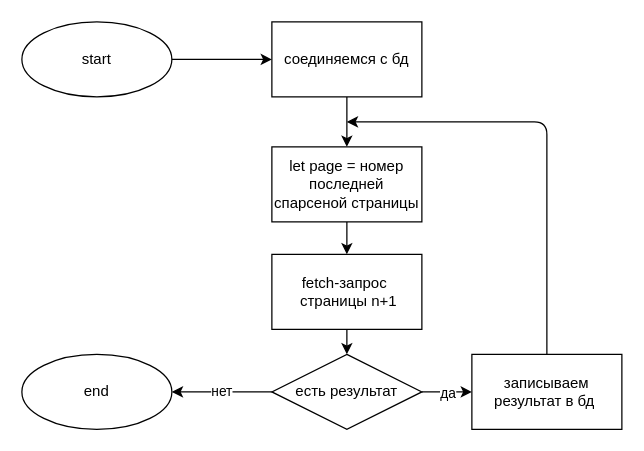
azatmagdeev/100kino keeps this draw.io diagram as docs/parser.drawio. Above is the earlier version. Source tidied: cells renumbered, new cells numbered last; positions are measured from the earlier drawing's top-left corner, leaving out a move shared by most shapes. Both pictures are drawn from the tidied source at 125%, with x=0, y=0 at pixel (21, 21).
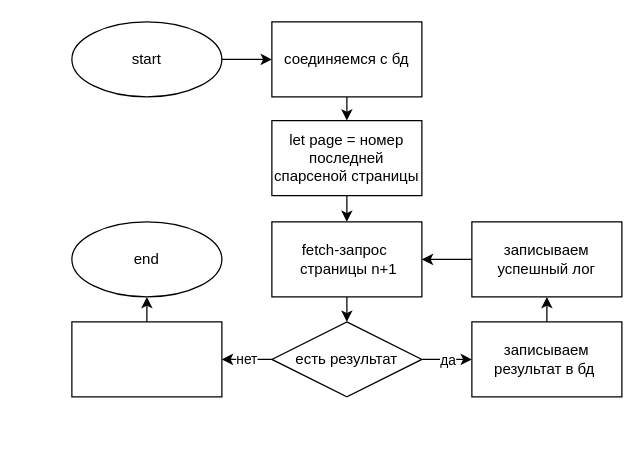
Above is the later version.

Commit message (it also covers changes not shown here):
api parser added

What changed in the source:
```diff
@@
     <mxCell id="2" value="start" style="ellipse;whiteSpace=wrap;html=1;" parent="1" vertex="1">
-      <mxGeometry width="120" height="60" as="geometry" />
+      <mxGeometry x="40" width="120" height="60" as="geometry" />
     </mxCell>
@@
     <mxCell id="5" value="let page = номер последней спарсеной страницы" style="rounded=0;whiteSpace=wrap;html=1;" parent="1" vertex="1">
-      <mxGeometry x="200" y="100" width="120" height="60" as="geometry" />
+      <mxGeometry x="200" y="79" width="120" height="60" as="geometry" />
     </mxCell>
     <mxCell id="6" value="fetch-запрос&amp;nbsp; &amp;nbsp;страницы n+1" style="rounded=0;whiteSpace=wrap;html=1;" parent="1" vertex="1">
-      <mxGeometry x="200" y="186" width="120" height="60" as="geometry" />
+      <mxGeometry x="200" y="160" width="120" height="60" as="geometry" />
     </mxCell>
     <mxCell id="7" value="записываем результат в бд&amp;nbsp;" style="rounded=0;whiteSpace=wrap;html=1;" parent="1" vertex="1">
-      <mxGeometry x="360" y="266" width="120" height="60" as="geometry" />
+      <mxGeometry x="360" y="240" width="120" height="60" as="geometry" />
     </mxCell>
     <mxCell id="8" value="есть результат" style="rhombus;whiteSpace=wrap;html=1;" parent="1" vertex="1">
-      <mxGeometry x="200" y="266" width="120" height="60" as="geometry" />
+      <mxGeometry x="200" y="240" width="120" height="60" as="geometry" />
     </mxCell>
@@
-    <mxCell id="15" style="endArrow=classic;html=1;exitX=0.5;exitY=0;exitDx=0;exitDy=0;" parent="1" edge="1" source="7">
-      <mxGeometry relative="1" as="geometry">
-        <mxPoint x="260" y="80" as="targetPoint" />
-        <Array as="points">
-          <mxPoint x="420" y="80" />
-        </Array>
-      </mxGeometry>
+    <mxCell id="15" style="endArrow=classic;html=1;exitX=0.5;exitY=0;exitDx=0;exitDy=0;entryX=0.5;entryY=1;entryDx=0;entryDy=0;" parent="1" edge="1" source="7" target="18">
+      <mxGeometry relative="1" as="geometry" />
     </mxCell>
-    <mxCell id="16" value="нет" style="endArrow=classic;html=1;exitX=0;exitY=0.5;exitDx=0;exitDy=0;" parent="1" edge="1" source="8" target="17">
+    <mxCell id="16" value="нет" style="endArrow=classic;html=1;exitX=0;exitY=0.5;exitDx=0;exitDy=0;entryX=1;entryY=0.5;entryDx=0;entryDy=0;" parent="1" edge="1" source="8" target="20">
       <mxGeometry relative="1" as="geometry" />
     </mxCell>
     <mxCell id="17" value="end" style="ellipse;whiteSpace=wrap;html=1;" parent="1" vertex="1">
-      <mxGeometry y="266" width="120" height="60" as="geometry" />
+      <mxGeometry x="40" y="160" width="120" height="60" as="geometry" />
     </mxCell>
+    <mxCell id="18" value="записываем успешный лог" style="rounded=0;whiteSpace=wrap;html=1;" parent="1" vertex="1">
+      <mxGeometry x="360" y="160" width="120" height="60" as="geometry" />
+    </mxCell>
+    <mxCell id="19" style="endArrow=classic;html=1;exitX=0;exitY=0.5;exitDx=0;exitDy=0;entryX=1;entryY=0.5;entryDx=0;entryDy=0;" parent="1" edge="1" source="18" target="6">
+      <mxGeometry relative="1" as="geometry" />
+    </mxCell>
+    <mxCell id="20" style="rounded=0;whiteSpace=wrap;html=1;" parent="1" vertex="1">
+      <mxGeometry x="40" y="240" width="120" height="60" as="geometry" />
+    </mxCell>
+    <mxCell id="21" style="endArrow=classic;html=1;exitX=0.5;exitY=0;exitDx=0;exitDy=0;entryX=0.5;entryY=1;entryDx=0;entryDy=0;" parent="1" edge="1" source="20" target="17">
+      <mxGeometry relative="1" as="geometry" />
+    </mxCell>
```
